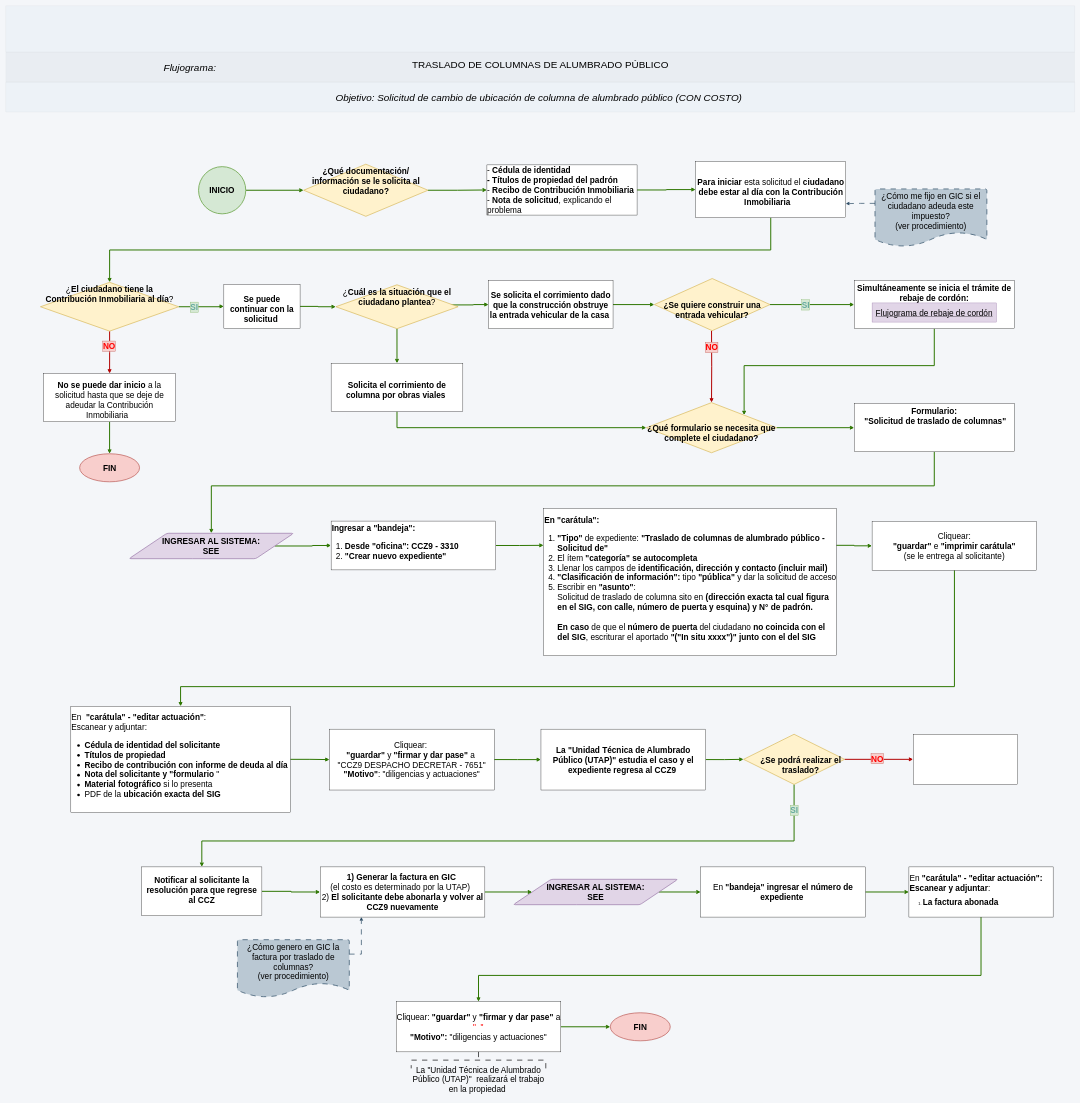
adlc20/Manual_de_procedimientos_ccz9 keeps this draw.io diagram as page "Traslado de columnas" (1 of 5) of Traslado_de_columnas/Traslado de columnas.drawio. Above is the earlier version. Source tidied: cells renumbered, new cells numbered last; positions are measured from the earlier drawing's top-left corner, leaving out a move shared by most shapes. Both pictures are drawn from the tidied source at 33%, with x=0, y=0 at pixel (6, 6).
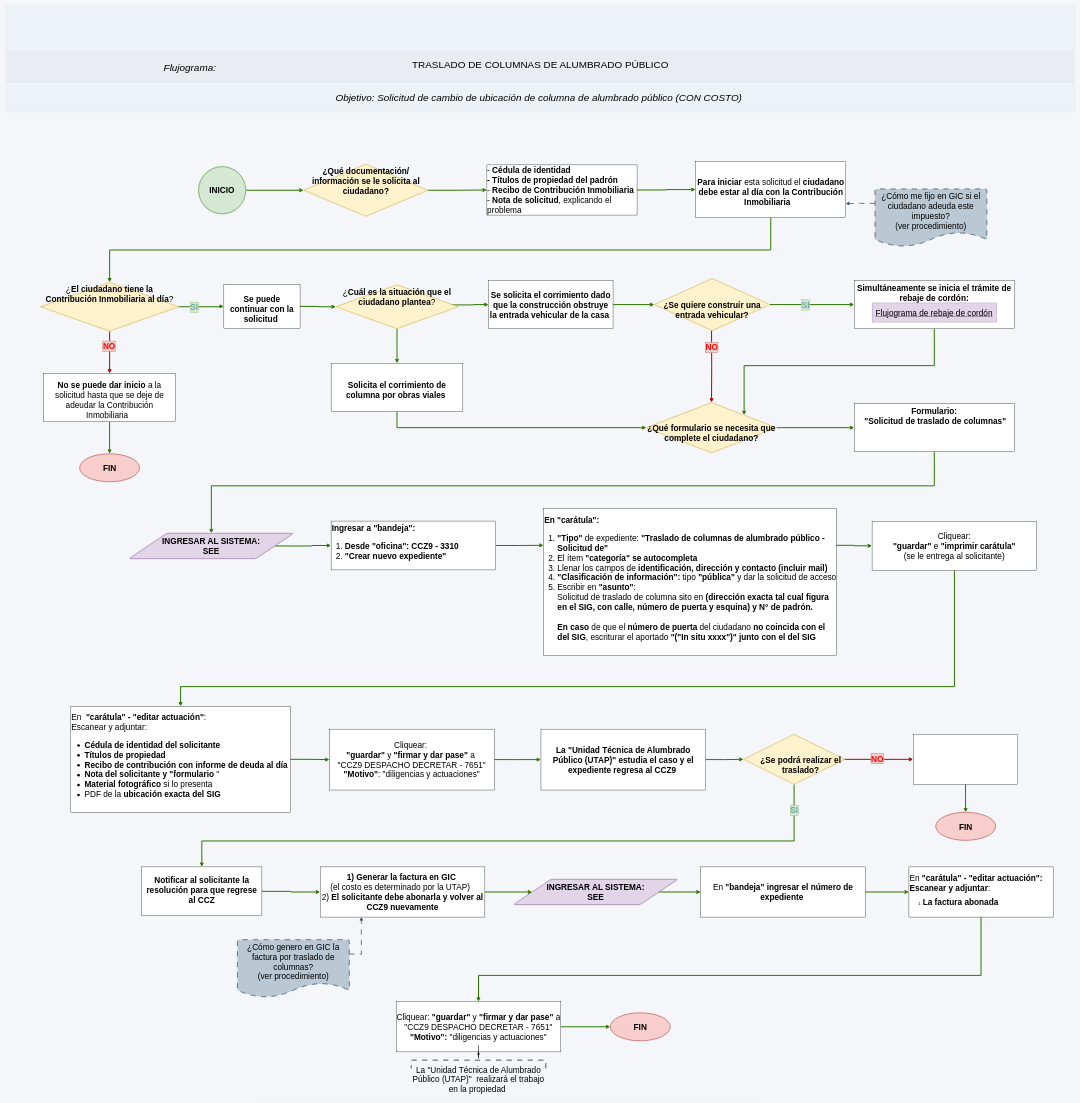
After the change.

The change refers to these unchanged cells:
```xml
<mxCell id="62" value="&lt;b&gt;Notificar al solicitante la resolución para que regrese al CCZ&lt;/b&gt;&lt;div&gt;&lt;br&gt;&lt;/div&gt;" style="rounded=0;whiteSpace=wrap;html=1;align=center;fontSize=25;verticalAlign=bottom;" parent="1" vertex="1">
  <mxGeometry x="412" y="2609.5" width="364.1" height="148" as="geometry" />
</mxCell>
<mxCell id="68" style="rounded=0;whiteSpace=wrap;html=1;align=center;fontSize=25;" parent="1" vertex="1">
  <mxGeometry x="2749.8" y="2207.5" width="317" height="152" as="geometry" />
</mxCell>
<mxCell id="72" value="&lt;b&gt;1) Generar la factura en GIC&amp;nbsp;&lt;/b&gt;&lt;div&gt;(el costo es determinado por la UTAP)&amp;nbsp;&lt;b&gt;&amp;nbsp;&lt;/b&gt;&lt;div&gt;2) &lt;b&gt;El solicitante debe abonarla y volver al CCZ9 nuevamente&lt;/b&gt;&lt;/div&gt;&lt;/div&gt;" style="rounded=0;whiteSpace=wrap;html=1;align=center;fontSize=25;" parent="1" vertex="1">
  <mxGeometry x="952.8" y="2609.5" width="499" height="152" as="geometry" />
</mxCell>
<mxCell id="82" style="strokeWidth=2;html=1;shape=mxgraph.flowchart.annotation_2;align=left;labelPosition=right;direction=south;strokeColor=default;dashed=1;dashPattern=8 8;" parent="1" vertex="1">
  <mxGeometry x="1228.6" y="3170" width="407.8" height="50" as="geometry" />
</mxCell>
```

Diff of the diagram source:
```diff
@@
-    <mxCell id="61" style="edgeStyle=orthogonalEdgeStyle;rounded=0;jettySize=auto;html=1;exitX=1;exitY=0.5;exitDx=0;exitDy=0;entryX=0;entryY=0.5;entryDx=0;entryDy=0;fillColor=#60a917;strokeColor=#2D7600;strokeWidth=3;" parent="1" edge="1" source="62" target="72">
+    <mxCell id="61" style="edgeStyle=orthogonalEdgeStyle;rounded=0;jettySize=auto;html=1;exitX=1;exitY=0.5;exitDx=0;exitDy=0;fillColor=#60a917;strokeColor=#2D7600;strokeWidth=3;" parent="1" edge="1" source="62" target="72">
       <mxGeometry relative="1" as="geometry" />
     </mxCell>
@@
+    <mxCell id="84" style="edgeStyle=orthogonalEdgeStyle;rounded=0;jettySize=auto;html=1;exitX=0.5;exitY=1;exitDx=0;exitDy=0;fillColor=#60a917;strokeColor=#2D7600;strokeWidth=3;" parent="1" edge="1" source="68" target="86">
+      <mxGeometry relative="1" as="geometry" />
+    </mxCell>
@@
-    <mxCell id="80" value="&lt;font style=&quot;font-size: 25px;&quot;&gt;Cliquear:&lt;b style=&quot;&quot;&gt; &quot;guardar&quot; &lt;/b&gt;y &lt;b style=&quot;&quot;&gt;&quot;firmar y dar pase&quot; &lt;/b&gt;a &lt;span style=&quot;color: rgb(255, 0, 0);&quot;&gt;&quot;&amp;nbsp; &quot;&lt;/span&gt;&lt;/font&gt;&lt;div&gt;&lt;font style=&quot;font-size: 25px;&quot;&gt;&lt;b style=&quot;&quot;&gt;&quot;Motivo&quot;: &lt;/b&gt;&quot;diligencias y actuaciones&quot;&lt;/font&gt;&lt;/div&gt;" style="rounded=0;whiteSpace=wrap;html=1;" parent="1" vertex="1">
+    <mxCell id="80" value="&lt;font style=&quot;font-size: 25px;&quot;&gt;Cliquear:&lt;b style=&quot;&quot;&gt; &quot;guardar&quot; &lt;/b&gt;y &lt;b style=&quot;&quot;&gt;&quot;firmar y dar pase&quot; &lt;/b&gt;a &lt;span style=&quot;color: rgb(0, 0, 0);&quot;&gt;&quot;CCZ9 DESPACHO DECRETAR - 7651&quot;&lt;/span&gt;&lt;/font&gt;&lt;div&gt;&lt;font style=&quot;font-size: 25px;&quot;&gt;&lt;b style=&quot;&quot;&gt;&quot;Motivo&quot;: &lt;/b&gt;&quot;diligencias y actuaciones&quot;&lt;/font&gt;&lt;/div&gt;" style="rounded=0;whiteSpace=wrap;html=1;" parent="1" vertex="1">
       <mxGeometry x="1183" y="3018" width="499" height="152" as="geometry" />
     </mxCell>
@@
+    <mxCell id="85" style="edgeStyle=orthogonalEdgeStyle;rounded=0;jettySize=auto;html=1;" parent="1" edge="1" source="82" target="80">
+      <mxGeometry relative="1" as="geometry" />
+    </mxCell>
@@
+    <mxCell id="86" value="&lt;b&gt;&lt;font style=&quot;font-size: 25px;&quot;&gt;FIN&lt;/font&gt;&lt;/b&gt;" style="strokeWidth=2;html=1;shape=mxgraph.flowchart.start_1;whiteSpace=wrap;fillColor=#f8cecc;strokeColor=#b85450;" parent="1" vertex="1">
+      <mxGeometry x="2818" y="2444" width="181.6" height="85" as="geometry" />
+    </mxCell>
```
